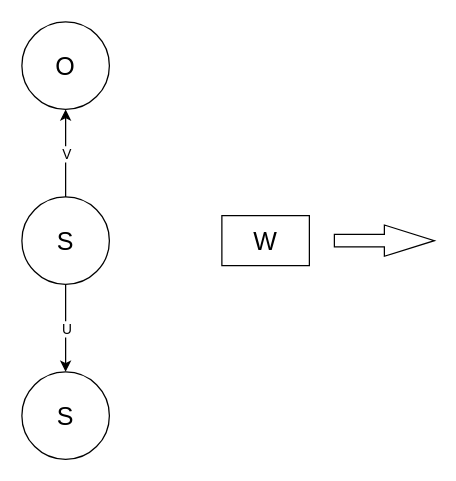
yy-0818/blog-img keeps this draw.io diagram as 循环神经网络结构图.drawio. Above is the earlier version. Source tidied: cells renumbered, new cells numbered last; positions are measured from the earlier drawing's top-left corner, leaving out a move shared by most shapes. Both pictures are drawn from the tidied source at 125%, with x=0, y=0 at pixel (21, 21).
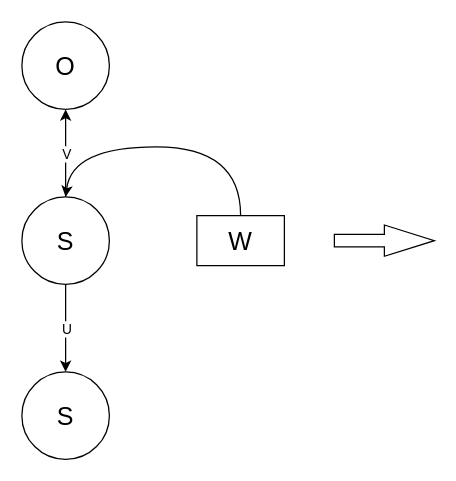
After the change.

Commit message (it also covers changes not shown here):
更新循环神经网络结构图.drawio

The edit, as a diff of the source:
```diff
@@
 <mxGraphModel>
   <root>
     <mxCell id="0" />
     <mxCell id="1" parent="0" />
     <mxCell id="2" value="S" style="ellipse;whiteSpace=wrap;html=1;fontSize=20;" parent="1" vertex="1">
       <mxGeometry y="140" width="70" height="70" as="geometry" />
     </mxCell>
     <mxCell id="3" value="O" style="ellipse;whiteSpace=wrap;html=1;fontSize=20;" parent="1" vertex="1">
       <mxGeometry width="70" height="70" as="geometry" />
     </mxCell>
     <mxCell id="4" style="endArrow=classic;html=1;rounded=0;entryX=0.5;entryY=1;entryDx=0;entryDy=0;exitX=0.5;exitY=0;exitDx=0;exitDy=0;fontSize=20;" parent="1" edge="1" source="2" target="3">
       <mxGeometry relative="1" as="geometry" />
     </mxCell>
     <mxCell id="5" value="V" style="edgeLabel;html=1;align=center;verticalAlign=middle;" parent="4" vertex="1">
       <mxGeometry relative="1" as="geometry" />
     </mxCell>
     <mxCell id="6" value="S" style="ellipse;whiteSpace=wrap;html=1;fontSize=20;" parent="1" vertex="1">
       <mxGeometry y="280" width="70" height="70" as="geometry" />
     </mxCell>
     <mxCell id="7" style="endArrow=classic;html=1;rounded=0;exitX=0.5;exitY=1;exitDx=0;exitDy=0;entryX=0.5;entryY=0;entryDx=0;entryDy=0;fontSize=20;" parent="1" edge="1" source="2" target="6">
       <mxGeometry relative="1" as="geometry" />
     </mxCell>
     <mxCell id="8" value="U" style="edgeLabel;html=1;align=center;verticalAlign=middle;" parent="7" vertex="1">
       <mxGeometry relative="1" as="geometry" />
     </mxCell>
     <mxCell id="9" value="W" style="rounded=0;whiteSpace=wrap;html=1;fontSize=20;" parent="1" vertex="1">
-      <mxGeometry x="160" y="155" width="70" height="40" as="geometry" />
+      <mxGeometry x="140" y="155" width="70" height="40" as="geometry" />
     </mxCell>
     <mxCell id="10" style="html=1;shadow=0;dashed=0;align=center;verticalAlign=middle;shape=mxgraph.arrows2.arrow;dy=0.6;dx=40;notch=0;" parent="1" vertex="1">
       <mxGeometry x="250" y="162.5" width="80" height="25" as="geometry" />
     </mxCell>
+    <mxCell id="11" style="curved=1;endArrow=classic;html=1;rounded=0;exitX=0.5;exitY=0;exitDx=0;exitDy=0;entryX=0.5;entryY=0;entryDx=0;entryDy=0;" parent="1" edge="1" source="9" target="2">
+      <mxGeometry relative="1" as="geometry">
+        <Array as="points">
+          <mxPoint x="175" y="100" />
+          <mxPoint x="40" y="100" />
+        </Array>
+      </mxGeometry>
+    </mxCell>
   </root>
 </mxGraphModel>
```
